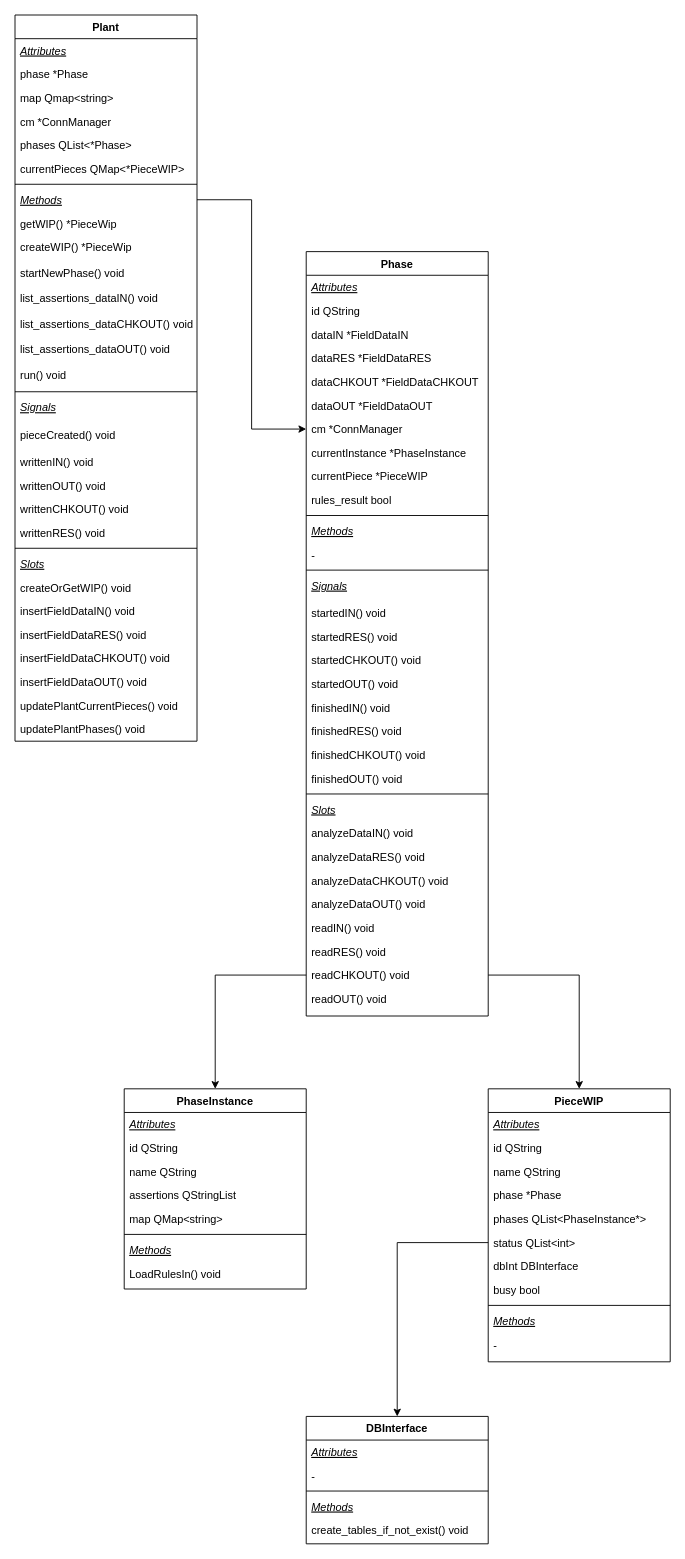
This is Untitled Diagram.drawio from maius91/maius91, a draw.io file, before an edit. Source tidied: cells renumbered, new cells numbered last; positions are measured from the earlier drawing's top-left corner, leaving out a move shared by most shapes. Both pictures are drawn from the tidied source at 91%, with x=0, y=0 at pixel (15, 15).
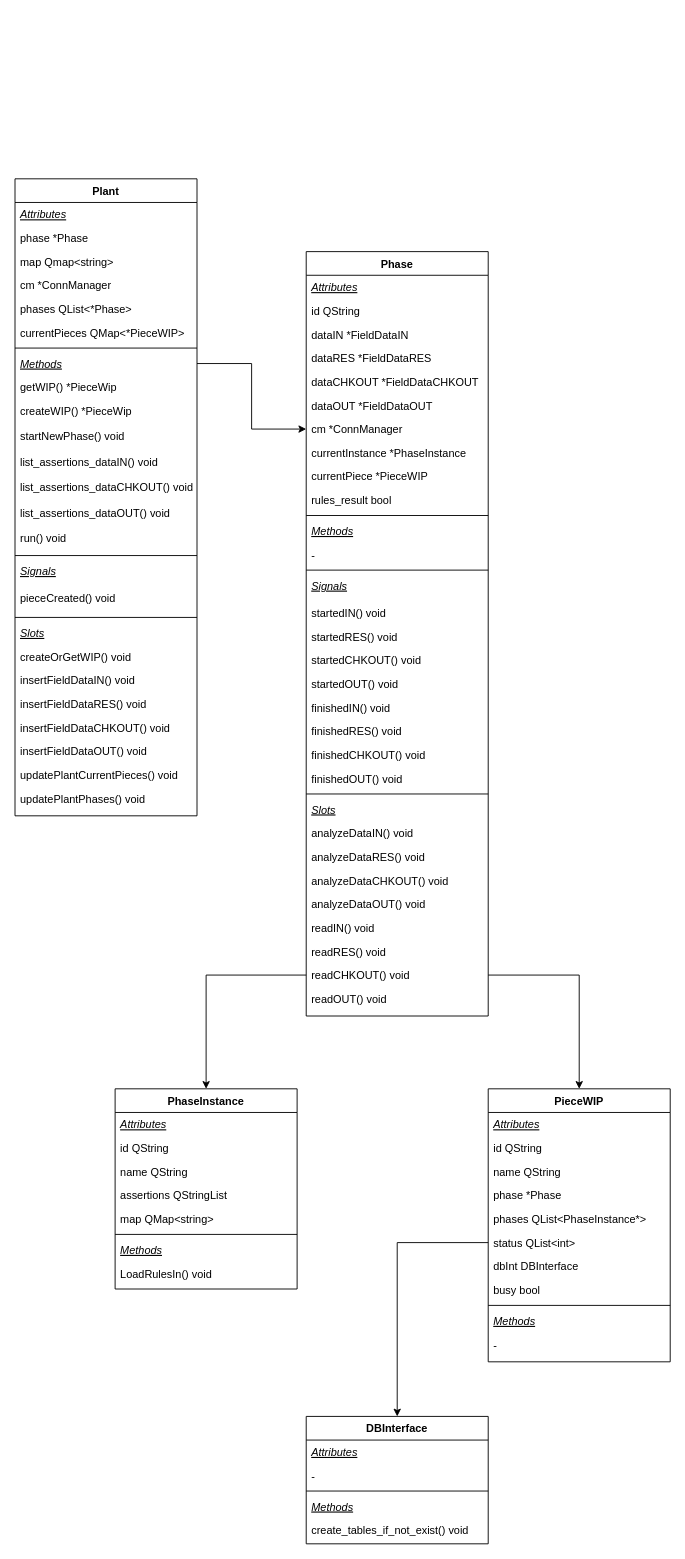
Above is the later version.

The edit, as a diff of the source:
```diff
@@
     <mxCell id="2" value="Plant" style="swimlane;fontStyle=1;align=center;verticalAlign=top;horizontal=1;startSize=26;rounded=0;shadow=0;strokeWidth=1;" parent="1" vertex="1">
-      <mxGeometry width="200" height="798" as="geometry" />
+      <mxGeometry y="180" width="200" height="700" as="geometry" />
     </mxCell>
@@
-    <mxCell id="21" value="writtenIN() void" style="text;align=left;verticalAlign=middle;spacingLeft=4;spacingRight=4;overflow=hidden;fontStyle=0;" parent="2" vertex="1">
-      <mxGeometry y="478" width="200" height="26" as="geometry" />
-    </mxCell>
-    <mxCell id="22" value="writtenOUT() void" style="text;align=left;verticalAlign=middle;spacingLeft=4;spacingRight=4;overflow=hidden;fontStyle=0;" parent="2" vertex="1">
-      <mxGeometry y="504" width="200" height="26" as="geometry" />
-    </mxCell>
-    <mxCell id="23" value="writtenCHKOUT() void" style="text;align=left;verticalAlign=middle;spacingLeft=4;spacingRight=4;overflow=hidden;fontStyle=0;" parent="2" vertex="1">
-      <mxGeometry y="530" width="200" height="26" as="geometry" />
-    </mxCell>
-    <mxCell id="24" value="writtenRES() void" style="text;align=left;verticalAlign=middle;spacingLeft=4;spacingRight=4;overflow=hidden;fontStyle=0;" parent="2" vertex="1">
-      <mxGeometry y="556" width="200" height="26" as="geometry" />
-    </mxCell>
     <mxCell id="25" style="line;html=1;strokeWidth=1;align=left;verticalAlign=middle;spacingTop=-1;spacingLeft=3;spacingRight=3;labelPosition=right;" parent="2" vertex="1">
-      <mxGeometry y="582" width="200" height="8" as="geometry" />
+      <mxGeometry y="478" width="200" height="8" as="geometry" />
     </mxCell>
     <mxCell id="26" value="Slots" style="text;align=left;verticalAlign=top;spacingLeft=4;spacingRight=4;overflow=hidden;fontStyle=6;" parent="2" vertex="1">
-      <mxGeometry y="590" width="200" height="26" as="geometry" />
+      <mxGeometry y="486" width="200" height="26" as="geometry" />
     </mxCell>
     <mxCell id="27" value="createOrGetWIP() void" style="text;align=left;verticalAlign=top;spacingLeft=4;spacingRight=4;overflow=hidden;fontStyle=0;" parent="2" vertex="1">
-      <mxGeometry y="616" width="200" height="26" as="geometry" />
+      <mxGeometry y="512" width="200" height="26" as="geometry" />
     </mxCell>
     <mxCell id="28" value="insertFieldDataIN() void" style="text;align=left;verticalAlign=top;spacingLeft=4;spacingRight=4;overflow=hidden;fontStyle=0;" parent="2" vertex="1">
-      <mxGeometry y="642" width="200" height="26" as="geometry" />
+      <mxGeometry y="538" width="200" height="26" as="geometry" />
     </mxCell>
     <mxCell id="29" value="insertFieldDataRES() void" style="text;align=left;verticalAlign=top;spacingLeft=4;spacingRight=4;overflow=hidden;fontStyle=0;" parent="2" vertex="1">
-      <mxGeometry y="668" width="200" height="26" as="geometry" />
+      <mxGeometry y="564" width="200" height="26" as="geometry" />
     </mxCell>
     <mxCell id="30" value="insertFieldDataCHKOUT() void" style="text;align=left;verticalAlign=top;spacingLeft=4;spacingRight=4;overflow=hidden;fontStyle=0;" parent="2" vertex="1">
-      <mxGeometry y="694" width="200" height="26" as="geometry" />
+      <mxGeometry y="590" width="200" height="26" as="geometry" />
     </mxCell>
     <mxCell id="31" value="insertFieldDataOUT() void" style="text;align=left;verticalAlign=top;spacingLeft=4;spacingRight=4;overflow=hidden;fontStyle=0;" parent="2" vertex="1">
-      <mxGeometry y="720" width="200" height="26" as="geometry" />
+      <mxGeometry y="616" width="200" height="26" as="geometry" />
     </mxCell>
     <mxCell id="32" value="updatePlantCurrentPieces() void" style="text;align=left;verticalAlign=top;spacingLeft=4;spacingRight=4;overflow=hidden;fontStyle=0;" parent="2" vertex="1">
-      <mxGeometry y="746" width="200" height="26" as="geometry" />
+      <mxGeometry y="642" width="200" height="26" as="geometry" />
     </mxCell>
     <mxCell id="33" value="updatePlantPhases() void" style="text;align=left;verticalAlign=top;spacingLeft=4;spacingRight=4;overflow=hidden;fontStyle=0;" parent="2" vertex="1">
-      <mxGeometry y="772" width="200" height="26" as="geometry" />
+      <mxGeometry y="668" width="200" height="26" as="geometry" />
     </mxCell>
@@
     <mxCell id="68" value="PhaseInstance" style="swimlane;fontStyle=1;align=center;verticalAlign=top;horizontal=1;startSize=26;rounded=0;shadow=0;strokeWidth=1;" parent="1" vertex="1">
-      <mxGeometry x="120" y="1180" width="200" height="220" as="geometry" />
+      <mxGeometry x="110" y="1180" width="200" height="220" as="geometry" />
     </mxCell>
```
